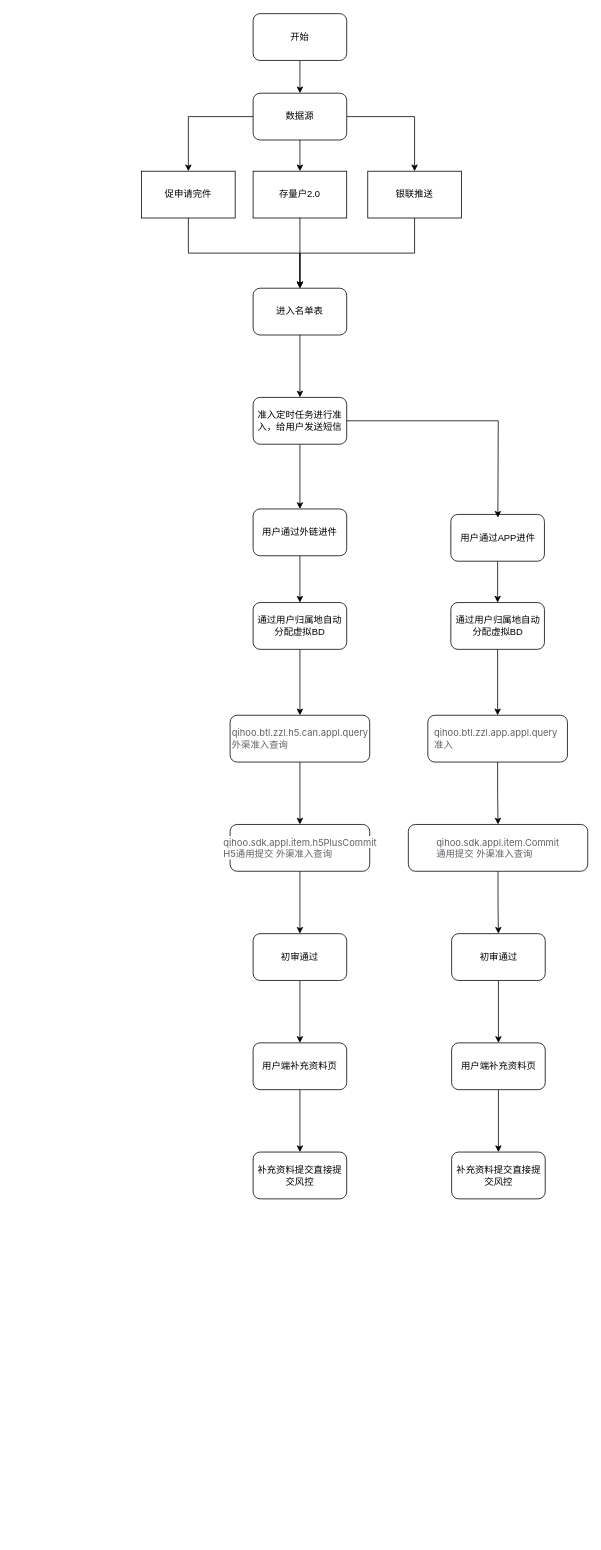
Before: 半直通流程.drawio in slayerlwx/processImg, a draw.io diagram. Source tidied: cells renumbered, new cells numbered last; positions are measured from the earlier drawing's top-left corner, leaving out a move shared by most shapes. Both pictures are drawn from the tidied source at 78%, with x=0, y=0 at pixel (141, 13).
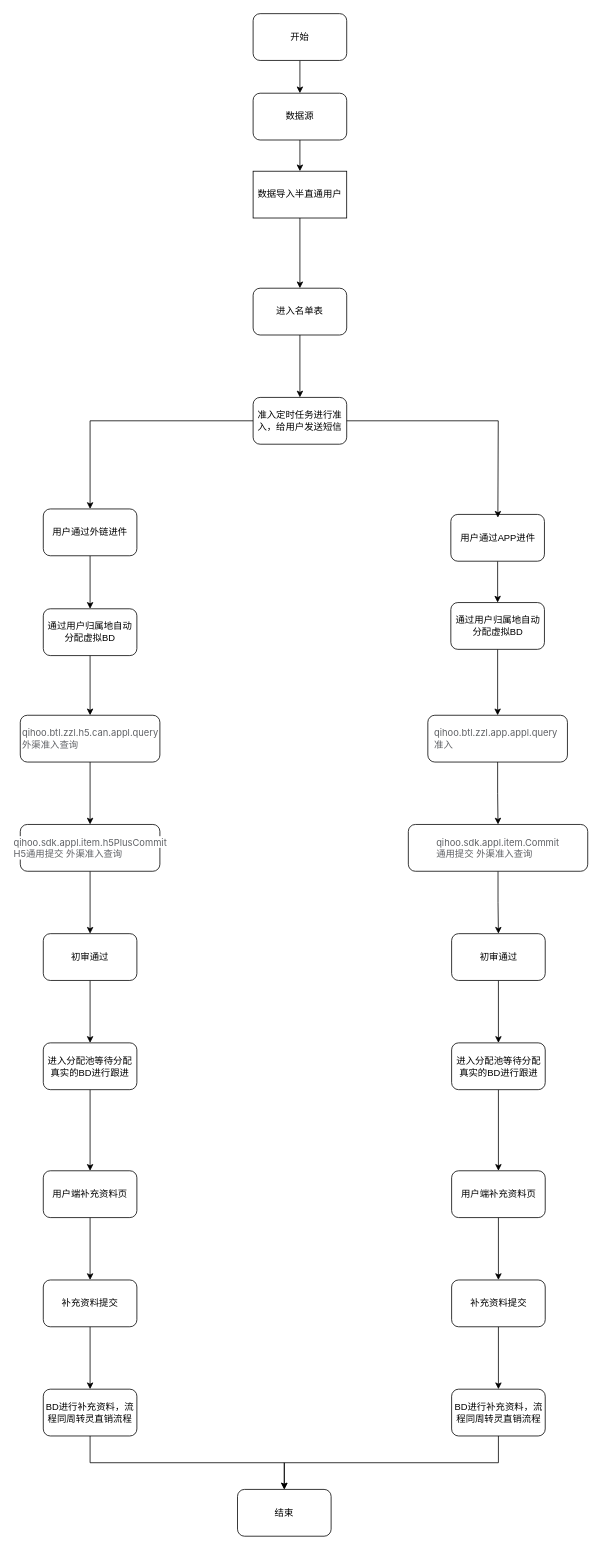
After the change.

Commit message:
更新半直通流程.drawio

Unchanged cells that the change refers to:
```xml
<mxCell id="5" value="进入名单表" style="rounded=1;whiteSpace=wrap;html=1;" parent="1" vertex="1">
  <mxGeometry x="143" y="352" width="120" height="60" as="geometry" />
</mxCell>
<mxCell id="30" value="数据源" style="whiteSpace=wrap;html=1;rounded=1;" parent="1" vertex="1">
  <mxGeometry x="143" y="102" width="120" height="60" as="geometry" />
</mxCell>
<mxCell id="38" value="初审通过" style="whiteSpace=wrap;html=1;rounded=1;" parent="1" vertex="1">
  <mxGeometry x="397.5" y="1179.5" width="120" height="60" as="geometry" />
</mxCell>
```

What changed in the source:
```diff
@@
-    <mxCell id="2" style="edgeStyle=orthogonalEdgeStyle;rounded=0;jettySize=auto;html=1;exitX=0.5;exitY=1;exitDx=0;exitDy=0;entryX=0.5;entryY=0;entryDx=0;entryDy=0;" parent="1" edge="1" source="3" target="5">
-      <mxGeometry relative="1" as="geometry" />
-    </mxCell>
-    <mxCell id="3" value="银联推送" style="rounded=0;whiteSpace=wrap;html=1;" parent="1" vertex="1">
-      <mxGeometry x="290" y="202" width="120" height="60" as="geometry" />
-    </mxCell>
@@
     <mxCell id="7" value="通过用户归属地自动分配虚拟BD" style="rounded=1;whiteSpace=wrap;html=1;" parent="1" vertex="1">
-      <mxGeometry x="143" y="755" width="120" height="60" as="geometry" />
+      <mxGeometry x="-126" y="763" width="120" height="60" as="geometry" />
     </mxCell>
@@
     <mxCell id="9" value="&lt;span style=&quot;color: rgb(96, 98, 102); font-family: -apple-system, BlinkMacSystemFont, &amp;quot;Segoe UI&amp;quot;, &amp;quot;PingFang SC&amp;quot;, &amp;quot;Hiragino Sans GB&amp;quot;, &amp;quot;Microsoft YaHei&amp;quot;, &amp;quot;Helvetica Neue&amp;quot;, Helvetica, Arial, sans-serif, &amp;quot;Apple Color Emoji&amp;quot;, &amp;quot;Segoe UI Emoji&amp;quot;, &amp;quot;Segoe UI Symbol&amp;quot;; text-align: left; white-space-collapse: preserve; background-color: rgb(255, 255, 255);&quot;&gt;qihoo.btl.zzl.h5.can.appl.query&lt;/span&gt;&lt;div style=&quot;text-align: left;&quot;&gt;&lt;font face=&quot;-apple-system, BlinkMacSystemFont, Segoe UI, PingFang SC, Hiragino Sans GB, Microsoft YaHei, Helvetica Neue, Helvetica, Arial, sans-serif, Apple Color Emoji, Segoe UI Emoji, Segoe UI Symbol&quot; color=&quot;#606266&quot;&gt;&lt;span style=&quot;white-space-collapse: preserve; background-color: rgb(255, 255, 255);&quot;&gt;外渠准入查询&lt;/span&gt;&lt;/font&gt;&lt;/div&gt;" style="whiteSpace=wrap;html=1;rounded=1;" parent="1" vertex="1">
-      <mxGeometry x="113.5" y="899.5" width="179" height="60" as="geometry" />
+      <mxGeometry x="-155.5" y="899.5" width="179" height="60" as="geometry" />
     </mxCell>
@@
     <mxCell id="11" value="&lt;div style=&quot;text-align: left;&quot;&gt;&lt;span style=&quot;color: rgb(96, 98, 102); font-family: -apple-system, BlinkMacSystemFont, &amp;quot;Segoe UI&amp;quot;, &amp;quot;PingFang SC&amp;quot;, &amp;quot;Hiragino Sans GB&amp;quot;, &amp;quot;Microsoft YaHei&amp;quot;, &amp;quot;Helvetica Neue&amp;quot;, Helvetica, Arial, sans-serif, &amp;quot;Apple Color Emoji&amp;quot;, &amp;quot;Segoe UI Emoji&amp;quot;, &amp;quot;Segoe UI Symbol&amp;quot;; white-space-collapse: preserve; background-color: rgb(255, 255, 255);&quot;&gt;qihoo.sdk.appl.item.h5PlusCommit&lt;/span&gt;&lt;/div&gt;&lt;div style=&quot;text-align: left;&quot;&gt;&lt;font face=&quot;-apple-system, BlinkMacSystemFont, Segoe UI, PingFang SC, Hiragino Sans GB, Microsoft YaHei, Helvetica Neue, Helvetica, Arial, sans-serif, Apple Color Emoji, Segoe UI Emoji, Segoe UI Symbol&quot; color=&quot;#606266&quot;&gt;&lt;span style=&quot;white-space-collapse: preserve; background-color: rgb(255, 255, 255);&quot;&gt;&lt;font class=&quot;__Cici__translate__ __Cici_translate_similar_text_content__&quot;&gt;H5通用提交 &lt;font style=&quot;display: inline-block;&quot; class=&quot;__Cici_translate_translated_inject_node__&quot;&gt;&lt;span&gt;外渠准入查询&lt;/span&gt;&lt;/font&gt;&lt;/font&gt;&lt;/span&gt;&lt;/font&gt;&lt;/div&gt;" style="whiteSpace=wrap;html=1;rounded=1;" parent="1" vertex="1">
-      <mxGeometry x="113.5" y="1039.5" width="179" height="60" as="geometry" />
+      <mxGeometry x="-155.5" y="1039.5" width="179" height="60" as="geometry" />
     </mxCell>
-    <mxCell id="12" style="edgeStyle=orthogonalEdgeStyle;rounded=0;jettySize=auto;html=1;" parent="1" edge="1" source="13" target="15">
-      <mxGeometry relative="1" as="geometry" />
-    </mxCell>
+    <mxCell id="45" style="edgeStyle=orthogonalEdgeStyle;rounded=0;jettySize=auto;html=1;" parent="1" edge="1" source="13" target="50">
+      <mxGeometry relative="1" as="geometry" />
+    </mxCell>
     <mxCell id="13" value="初审通过" style="whiteSpace=wrap;html=1;rounded=1;" parent="1" vertex="1">
-      <mxGeometry x="143" y="1179.5" width="120" height="60" as="geometry" />
+      <mxGeometry x="-126" y="1179.5" width="120" height="60" as="geometry" />
     </mxCell>
@@
     <mxCell id="15" value="用户端补充资料页" style="whiteSpace=wrap;html=1;rounded=1;" parent="1" vertex="1">
-      <mxGeometry x="143" y="1319.5" width="120" height="60" as="geometry" />
+      <mxGeometry x="-126" y="1483.5" width="120" height="60" as="geometry" />
     </mxCell>
+    <mxCell id="46" style="edgeStyle=orthogonalEdgeStyle;rounded=0;jettySize=auto;html=1;" parent="1" edge="1" source="16" target="54">
+      <mxGeometry relative="1" as="geometry" />
+    </mxCell>
-    <mxCell id="16" value="补充资料提交直接提交风控" style="whiteSpace=wrap;html=1;rounded=1;" parent="1" vertex="1">
-      <mxGeometry x="143" y="1459.5" width="120" height="60" as="geometry" />
+    <mxCell id="16" value="补充资料提交" style="whiteSpace=wrap;html=1;rounded=1;" parent="1" vertex="1">
+      <mxGeometry x="-126" y="1623.5" width="120" height="60" as="geometry" />
     </mxCell>
@@
     <mxCell id="20" value="用户通过外链进件" style="whiteSpace=wrap;html=1;rounded=1;" parent="1" vertex="1">
-      <mxGeometry x="143" y="635" width="120" height="60" as="geometry" />
+      <mxGeometry x="-126" y="635" width="120" height="60" as="geometry" />
     </mxCell>
@@
-    <mxCell id="22" value="存量户2.0" style="rounded=0;whiteSpace=wrap;html=1;" parent="1" vertex="1">
+    <mxCell id="22" value="数据导入半直通用户" style="rounded=0;whiteSpace=wrap;html=1;" parent="1" vertex="1">
       <mxGeometry x="143" y="202" width="120" height="60" as="geometry" />
     </mxCell>
-    <mxCell id="23" style="edgeStyle=orthogonalEdgeStyle;rounded=0;jettySize=auto;html=1;exitX=0.5;exitY=1;exitDx=0;exitDy=0;entryX=0.5;entryY=0;entryDx=0;entryDy=0;" parent="1" edge="1" source="24" target="5">
-      <mxGeometry relative="1" as="geometry" />
-    </mxCell>
-    <mxCell id="24" value="促申请完件" style="rounded=0;whiteSpace=wrap;html=1;" parent="1" vertex="1">
-      <mxGeometry y="202" width="120" height="60" as="geometry" />
-    </mxCell>
@@
-    <mxCell id="28" style="edgeStyle=orthogonalEdgeStyle;rounded=0;jettySize=auto;html=1;exitX=0;exitY=0.5;exitDx=0;exitDy=0;entryX=0.5;entryY=0;entryDx=0;entryDy=0;" parent="1" edge="1" source="30" target="24">
-      <mxGeometry relative="1" as="geometry" />
-    </mxCell>
-    <mxCell id="29" style="edgeStyle=orthogonalEdgeStyle;rounded=0;jettySize=auto;html=1;exitX=1;exitY=0.5;exitDx=0;exitDy=0;entryX=0.5;entryY=0;entryDx=0;entryDy=0;" parent="1" edge="1" source="30" target="3">
-      <mxGeometry relative="1" as="geometry" />
-    </mxCell>
@@
-    <mxCell id="37" style="edgeStyle=orthogonalEdgeStyle;rounded=0;jettySize=auto;html=1;" parent="1" edge="1" source="38" target="40">
-      <mxGeometry relative="1" as="geometry" />
-    </mxCell>
+    <mxCell id="47" style="edgeStyle=orthogonalEdgeStyle;rounded=0;jettySize=auto;html=1;" parent="1" edge="1" source="38" target="52">
+      <mxGeometry relative="1" as="geometry" />
+    </mxCell>
@@
     <mxCell id="40" value="用户端补充资料页" style="whiteSpace=wrap;html=1;rounded=1;" parent="1" vertex="1">
-      <mxGeometry x="397.5" y="1319.5" width="120" height="60" as="geometry" />
+      <mxGeometry x="397.5" y="1483.5" width="120" height="60" as="geometry" />
     </mxCell>
+    <mxCell id="48" style="edgeStyle=orthogonalEdgeStyle;rounded=0;jettySize=auto;html=1;" parent="1" edge="1" source="41" target="56">
+      <mxGeometry relative="1" as="geometry" />
+    </mxCell>
-    <mxCell id="41" value="补充资料提交直接提交风控" style="whiteSpace=wrap;html=1;rounded=1;" parent="1" vertex="1">
-      <mxGeometry x="397.5" y="1459.5" width="120" height="60" as="geometry" />
+    <mxCell id="41" value="补充资料提交" style="whiteSpace=wrap;html=1;rounded=1;" parent="1" vertex="1">
+      <mxGeometry x="397.5" y="1623.5" width="120" height="60" as="geometry" />
     </mxCell>
@@
+    <mxCell id="49" style="edgeStyle=orthogonalEdgeStyle;rounded=0;jettySize=auto;html=1;exitX=0.5;exitY=1;exitDx=0;exitDy=0;" parent="1" edge="1" source="50" target="15">
+      <mxGeometry relative="1" as="geometry" />
+    </mxCell>
+    <mxCell id="50" value="进入分配池等待分配真实的BD进行跟进" style="whiteSpace=wrap;html=1;rounded=1;" parent="1" vertex="1">
+      <mxGeometry x="-126" y="1319.5" width="120" height="60" as="geometry" />
+    </mxCell>
+    <mxCell id="51" style="edgeStyle=orthogonalEdgeStyle;rounded=0;jettySize=auto;html=1;exitX=0.5;exitY=1;exitDx=0;exitDy=0;" parent="1" edge="1" source="52" target="40">
+      <mxGeometry relative="1" as="geometry" />
+    </mxCell>
+    <mxCell id="52" value="进入分配池等待分配真实的BD进行跟进" style="whiteSpace=wrap;html=1;rounded=1;" parent="1" vertex="1">
+      <mxGeometry x="397.5" y="1319.5" width="120" height="60" as="geometry" />
+    </mxCell>
+    <mxCell id="53" style="edgeStyle=orthogonalEdgeStyle;rounded=0;jettySize=auto;html=1;exitX=0.5;exitY=1;exitDx=0;exitDy=0;entryX=0.5;entryY=0;entryDx=0;entryDy=0;" parent="1" edge="1" source="54" target="57">
+      <mxGeometry relative="1" as="geometry" />
+    </mxCell>
+    <mxCell id="54" value="BD进行补充资料，流程同周转灵直销流程" style="whiteSpace=wrap;html=1;rounded=1;" parent="1" vertex="1">
+      <mxGeometry x="-126" y="1763.5" width="120" height="60" as="geometry" />
+    </mxCell>
+    <mxCell id="55" style="edgeStyle=orthogonalEdgeStyle;rounded=0;jettySize=auto;html=1;exitX=0.5;exitY=1;exitDx=0;exitDy=0;entryX=0.5;entryY=0;entryDx=0;entryDy=0;" parent="1" edge="1" source="56" target="57">
+      <mxGeometry relative="1" as="geometry" />
+    </mxCell>
+    <mxCell id="56" value="BD进行补充资料，流程同周转灵直销流程" style="whiteSpace=wrap;html=1;rounded=1;" parent="1" vertex="1">
+      <mxGeometry x="397.5" y="1763.5" width="120" height="60" as="geometry" />
+    </mxCell>
+    <mxCell id="57" value="结束" style="whiteSpace=wrap;html=1;rounded=1;" parent="1" vertex="1">
+      <mxGeometry x="123" y="1892" width="120" height="60" as="geometry" />
+    </mxCell>
```
